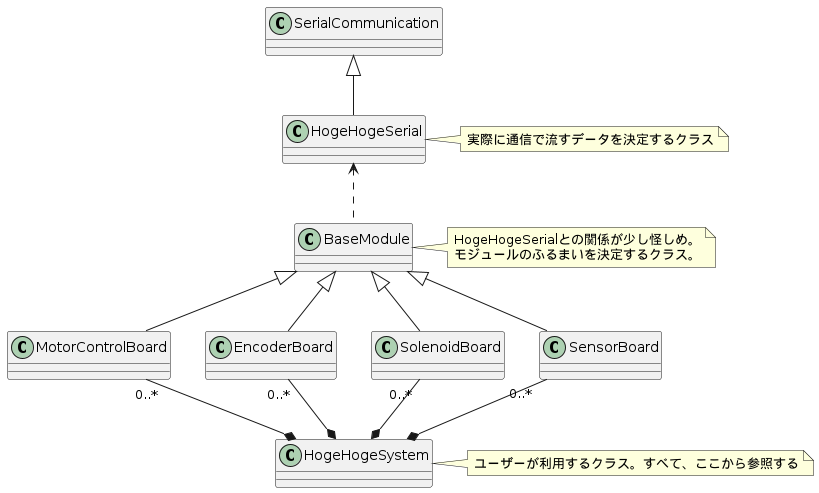
Earlier version of the PlantUML export Reference/クラス図.png (Rei-sun/HogeHoge). The source it was exported from:
```plantuml
@startuml クラス図

class BaseModule {

}
note right: HogeHogeSerialとの関係が少し怪しめ。\nモジュールのふるまいを決定するクラス。


class SerialCommunication {

}

class HogeHogeSerial {

}
note right: 実際に通信で流すデータを決定するクラス

class MotorControlBoard {

}

class EncoderBoard {

}

class SolenoidBoard {

}

class SensorBoard {

}

class HogeHogeSystem {

}
note right: ユーザーが利用するクラス。すべて、ここから参照する

SerialCommunication <|-- HogeHogeSerial
HogeHogeSerial <.. BaseModule
BaseModule <|-- MotorControlBoard
BaseModule <|-- EncoderBoard
BaseModule <|-- SolenoidBoard
BaseModule <|-- SensorBoard
MotorControlBoard "0..*" --* HogeHogeSystem
EncoderBoard "0..*" --* HogeHogeSystem
SolenoidBoard "0..*" --* HogeHogeSystem
SensorBoard "0..*" --* HogeHogeSystem
@enduml
```
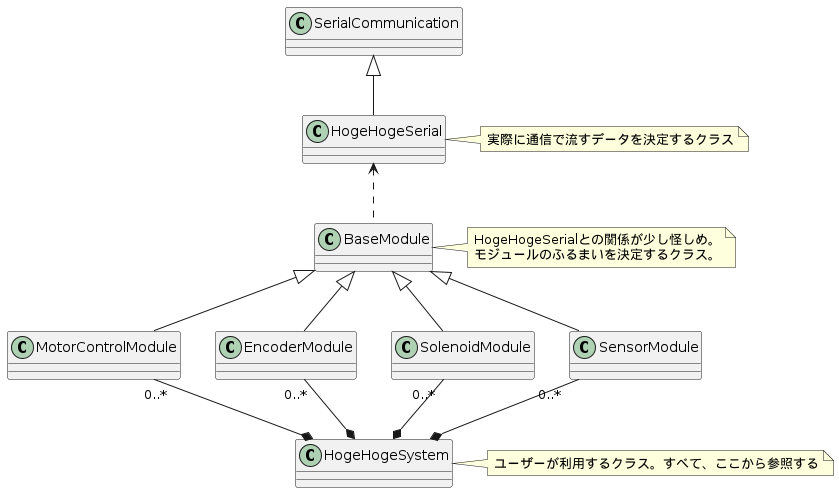
Above is the later version.

Diff of the diagram source:
```diff
@@ -15,19 +15,19 @@
 }
 note right: 実際に通信で流すデータを決定するクラス
 
-class MotorControlBoard {
+class MotorControlModule {
 
 }
 
-class EncoderBoard {
+class EncoderModule {
 
 }
 
-class SolenoidBoard {
+class SolenoidModule {
 
 }
 
-class SensorBoard {
+class SensorModule {
 
 }
 
@@ -38,12 +38,12 @@
 
 SerialCommunication <|-- HogeHogeSerial
 HogeHogeSerial <.. BaseModule
-BaseModule <|-- MotorControlBoard
-BaseModule <|-- EncoderBoard
-BaseModule <|-- SolenoidBoard
-BaseModule <|-- SensorBoard
-MotorControlBoard "0..*" --* HogeHogeSystem
-EncoderBoard "0..*" --* HogeHogeSystem
-SolenoidBoard "0..*" --* HogeHogeSystem
-SensorBoard "0..*" --* HogeHogeSystem
+BaseModule <|-- MotorControlModule
+BaseModule <|-- EncoderModule
+BaseModule <|-- SolenoidModule
+BaseModule <|-- SensorModule
+MotorControlModule "0..*" --* HogeHogeSystem
+EncoderModule "0..*" --* HogeHogeSystem
+SolenoidModule "0..*" --* HogeHogeSystem
+SensorModule "0..*" --* HogeHogeSystem
 @enduml
```
